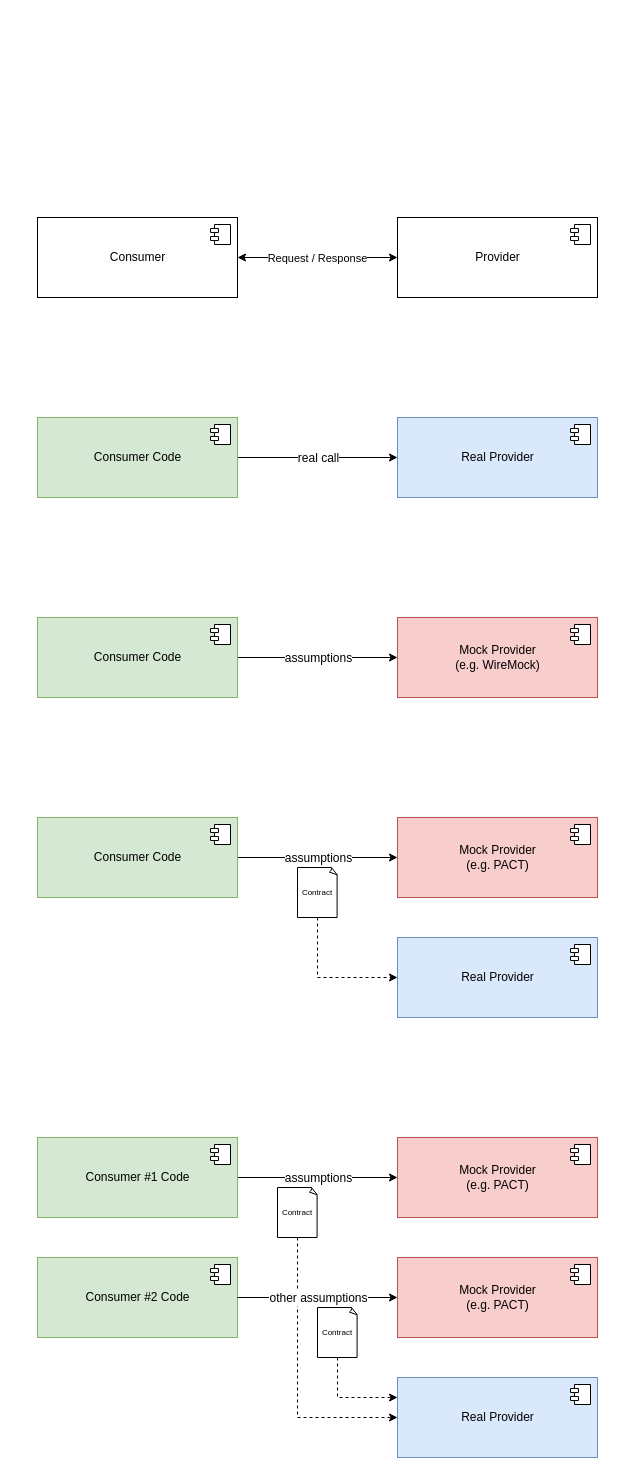
The draw.io diagram assets/contract-testing.drawio in test-automation-in-practice/cnt-spring-boot, before the edit. Source tidied: cells renumbered, new cells numbered last; positions are measured from the earlier drawing's top-left corner, leaving out a move shared by most shapes. Both pictures are drawn from the tidied source at 100%, with x=0, y=0 at pixel (37, 217).
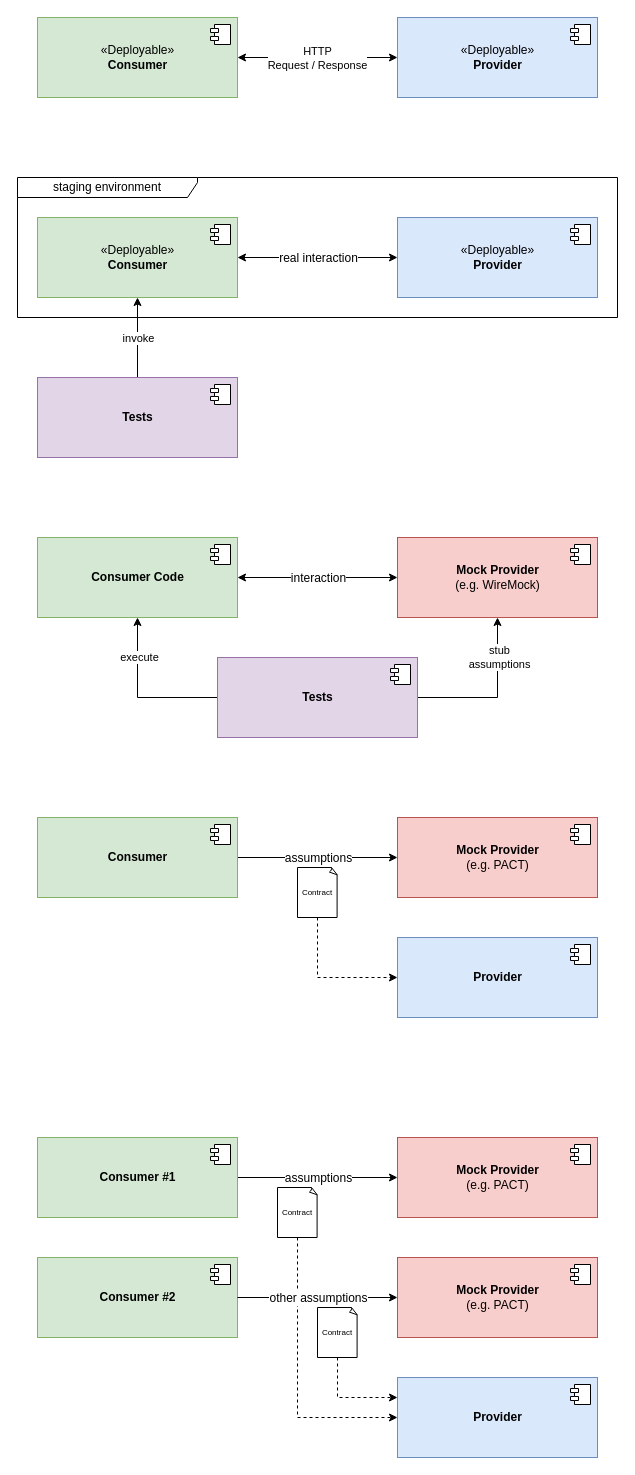
Above is the later version.

Commit message (it also covers changes not shown here):
updated images for contract testing

The change refers to these unchanged cells:
```xml
<mxCell id="4" style="edgeStyle=orthogonalEdgeStyle;rounded=0;jettySize=auto;html=1;entryX=0;entryY=0.5;entryDx=0;entryDy=0;startArrow=classic;startFill=1;" parent="1" edge="1" source="6" target="8">
  <mxGeometry relative="1" as="geometry" />
</mxCell>
```

Change to the diagram source:
```diff
@@
+    <mxCell id="48" value="staging environment" style="shape=umlFrame;whiteSpace=wrap;html=1;width=180;height=20;" parent="1" vertex="1">
+      <mxGeometry x="-20" y="-40" width="600" height="140" as="geometry" />
+    </mxCell>
@@
-    <mxCell id="5" value="Request / Response" style="edgeLabel;html=1;align=center;verticalAlign=middle;" parent="4" vertex="1">
+    <mxCell id="5" value="HTTP&lt;br&gt;Request / Response" style="edgeLabel;html=1;align=center;verticalAlign=middle;" parent="4" vertex="1">
       <mxGeometry x="-0.01" y="-1" relative="1" as="geometry">
         <mxPoint y="-1" as="offset" />
       </mxGeometry>
     </mxCell>
-    <mxCell id="6" value="Consumer" style="html=1;" parent="1" vertex="1">
-      <mxGeometry width="200" height="80" as="geometry" />
+    <mxCell id="6" value="«Deployable»&lt;br&gt;&lt;b&gt;Consumer&lt;/b&gt;" style="html=1;fillColor=#d5e8d4;strokeColor=#82b366;" parent="1" vertex="1">
+      <mxGeometry y="-200" width="200" height="80" as="geometry" />
     </mxCell>
@@
-    <mxCell id="8" value="Provider" style="html=1;" parent="1" vertex="1">
-      <mxGeometry x="360" width="200" height="80" as="geometry" />
+    <mxCell id="8" value="«Deployable»&lt;br&gt;&lt;b&gt;Provider&lt;/b&gt;" style="html=1;fillColor=#dae8fc;strokeColor=#6c8ebf;" parent="1" vertex="1">
+      <mxGeometry x="360" y="-200" width="200" height="80" as="geometry" />
     </mxCell>
@@
-    <mxCell id="10" style="edgeStyle=orthogonalEdgeStyle;rounded=0;jettySize=auto;html=1;entryX=0;entryY=0.5;entryDx=0;entryDy=0;startArrow=none;startFill=0;" parent="1" edge="1" source="12" target="14">
+    <mxCell id="10" style="edgeStyle=orthogonalEdgeStyle;rounded=0;jettySize=auto;html=1;entryX=0;entryY=0.5;entryDx=0;entryDy=0;startArrow=classic;startFill=1;" parent="1" edge="1" source="12" target="14">
       <mxGeometry relative="1" as="geometry" />
     </mxCell>
-    <mxCell id="11" value="&lt;span style=&quot;font-size: 12px&quot;&gt;real call&lt;/span&gt;" style="edgeLabel;html=1;align=center;verticalAlign=middle;fontSize=8;" parent="10" vertex="1">
+    <mxCell id="11" value="&lt;span style=&quot;font-size: 12px&quot;&gt;real interaction&lt;br&gt;&lt;/span&gt;" style="edgeLabel;html=1;align=center;verticalAlign=middle;fontSize=8;" parent="10" vertex="1">
       <mxGeometry relative="1" as="geometry" />
     </mxCell>
-    <mxCell id="12" value="Consumer Code" style="html=1;fillColor=#d5e8d4;strokeColor=#82b366;" parent="1" vertex="1">
-      <mxGeometry y="200" width="200" height="80" as="geometry" />
+    <mxCell id="12" value="«Deployable»&lt;br&gt;&lt;b&gt;Consumer&lt;/b&gt;" style="html=1;fillColor=#d5e8d4;strokeColor=#82b366;" parent="1" vertex="1">
+      <mxGeometry width="200" height="80" as="geometry" />
     </mxCell>
@@
-    <mxCell id="14" value="Real Provider" style="html=1;fillColor=#dae8fc;strokeColor=#6c8ebf;" parent="1" vertex="1">
-      <mxGeometry x="360" y="200" width="200" height="80" as="geometry" />
+    <mxCell id="14" value="«Deployable»&lt;br&gt;&lt;b&gt;Provider&lt;/b&gt;" style="html=1;fillColor=#dae8fc;strokeColor=#6c8ebf;" parent="1" vertex="1">
+      <mxGeometry x="360" width="200" height="80" as="geometry" />
     </mxCell>
@@
-    <mxCell id="16" style="edgeStyle=orthogonalEdgeStyle;rounded=0;jettySize=auto;html=1;entryX=0;entryY=0.5;entryDx=0;entryDy=0;startArrow=none;startFill=0;" parent="1" edge="1" source="18" target="20">
+    <mxCell id="16" style="edgeStyle=orthogonalEdgeStyle;rounded=0;jettySize=auto;html=1;entryX=0;entryY=0.5;entryDx=0;entryDy=0;startArrow=classic;startFill=1;" parent="1" edge="1" source="18" target="20">
       <mxGeometry relative="1" as="geometry" />
     </mxCell>
-    <mxCell id="17" value="assumptions" style="edgeLabel;html=1;align=center;verticalAlign=middle;fontSize=12;" parent="16" vertex="1">
+    <mxCell id="17" value="interaction" style="edgeLabel;html=1;align=center;verticalAlign=middle;fontSize=12;" parent="16" vertex="1">
       <mxGeometry relative="1" as="geometry" />
     </mxCell>
-    <mxCell id="18" value="Consumer Code" style="html=1;fillColor=#d5e8d4;strokeColor=#82b366;" parent="1" vertex="1">
-      <mxGeometry y="400" width="200" height="80" as="geometry" />
+    <mxCell id="18" value="&lt;b&gt;Consumer Code&lt;/b&gt;" style="html=1;fillColor=#d5e8d4;strokeColor=#82b366;" parent="1" vertex="1">
+      <mxGeometry y="320" width="200" height="80" as="geometry" />
     </mxCell>
@@
-    <mxCell id="20" value="Mock Provider&lt;br&gt;(e.g. WireMock)" style="html=1;fillColor=#f8cecc;strokeColor=#b85450;" parent="1" vertex="1">
-      <mxGeometry x="360" y="400" width="200" height="80" as="geometry" />
+    <mxCell id="20" value="&lt;b&gt;Mock Provider&lt;/b&gt;&lt;br&gt;(e.g. WireMock)" style="html=1;fillColor=#f8cecc;strokeColor=#b85450;" parent="1" vertex="1">
+      <mxGeometry x="360" y="320" width="200" height="80" as="geometry" />
     </mxCell>
@@
-    <mxCell id="24" value="Consumer Code" style="html=1;fillColor=#d5e8d4;strokeColor=#82b366;" parent="1" vertex="1">
+    <mxCell id="24" value="&lt;b&gt;Consumer&lt;/b&gt;" style="html=1;fillColor=#d5e8d4;strokeColor=#82b366;" parent="1" vertex="1">
       <mxGeometry y="600" width="200" height="80" as="geometry" />
     </mxCell>
@@
-    <mxCell id="26" value="Mock Provider&lt;br&gt;(e.g. PACT)" style="html=1;fillColor=#f8cecc;strokeColor=#b85450;" parent="1" vertex="1">
+    <mxCell id="26" value="&lt;b&gt;Mock Provider&lt;/b&gt;&lt;br&gt;(e.g. PACT)" style="html=1;fillColor=#f8cecc;strokeColor=#b85450;" parent="1" vertex="1">
       <mxGeometry x="360" y="600" width="200" height="80" as="geometry" />
     </mxCell>
@@
-    <mxCell id="28" value="Real Provider" style="html=1;fillColor=#dae8fc;strokeColor=#6c8ebf;" parent="1" vertex="1">
+    <mxCell id="28" value="&lt;b&gt;Provider&lt;/b&gt;" style="html=1;fillColor=#dae8fc;strokeColor=#6c8ebf;" parent="1" vertex="1">
       <mxGeometry x="360" y="720" width="200" height="80" as="geometry" />
     </mxCell>
@@
-    <mxCell id="34" value="Consumer #1 Code" style="html=1;fillColor=#d5e8d4;strokeColor=#82b366;" parent="1" vertex="1">
+    <mxCell id="34" value="&lt;b&gt;Consumer #1&lt;/b&gt;" style="html=1;fillColor=#d5e8d4;strokeColor=#82b366;" parent="1" vertex="1">
       <mxGeometry y="920" width="200" height="80" as="geometry" />
     </mxCell>
@@
-    <mxCell id="36" value="Mock Provider&lt;br&gt;(e.g. PACT)" style="html=1;fillColor=#f8cecc;strokeColor=#b85450;" parent="1" vertex="1">
+    <mxCell id="36" value="&lt;b&gt;Mock Provider&lt;/b&gt;&lt;br&gt;(e.g. PACT)" style="html=1;fillColor=#f8cecc;strokeColor=#b85450;" parent="1" vertex="1">
       <mxGeometry x="360" y="920" width="200" height="80" as="geometry" />
     </mxCell>
@@
-    <mxCell id="38" value="Real Provider" style="html=1;fillColor=#dae8fc;strokeColor=#6c8ebf;" parent="1" vertex="1">
+    <mxCell id="38" value="&lt;b&gt;Provider&lt;/b&gt;" style="html=1;fillColor=#dae8fc;strokeColor=#6c8ebf;" parent="1" vertex="1">
       <mxGeometry x="360" y="1160" width="200" height="80" as="geometry" />
     </mxCell>
@@
-    <mxCell id="40" value="Consumer #2 Code" style="html=1;fillColor=#d5e8d4;strokeColor=#82b366;" parent="1" vertex="1">
+    <mxCell id="40" value="&lt;b&gt;Consumer #2&lt;/b&gt;" style="html=1;fillColor=#d5e8d4;strokeColor=#82b366;" parent="1" vertex="1">
       <mxGeometry y="1040" width="200" height="80" as="geometry" />
     </mxCell>
@@
-    <mxCell id="42" value="Mock Provider&lt;br&gt;(e.g. PACT)" style="html=1;fillColor=#f8cecc;strokeColor=#b85450;" parent="1" vertex="1">
+    <mxCell id="42" value="&lt;b&gt;Mock Provider&lt;/b&gt;&lt;br&gt;(e.g. PACT)" style="html=1;fillColor=#f8cecc;strokeColor=#b85450;" parent="1" vertex="1">
       <mxGeometry x="360" y="1040" width="200" height="80" as="geometry" />
     </mxCell>
@@
+    <mxCell id="49" style="edgeStyle=orthogonalEdgeStyle;rounded=0;jettySize=auto;html=1;entryX=0.5;entryY=1;entryDx=0;entryDy=0;exitX=1;exitY=0.5;exitDx=0;exitDy=0;" parent="1" edge="1" source="53" target="20">
+      <mxGeometry relative="1" as="geometry" />
+    </mxCell>
+    <mxCell id="50" value="stub&lt;br&gt;assumptions" style="edgeLabel;html=1;align=center;verticalAlign=middle;" parent="49" vertex="1">
+      <mxGeometry x="0.51" y="-1" relative="1" as="geometry" />
+    </mxCell>
+    <mxCell id="51" style="edgeStyle=orthogonalEdgeStyle;rounded=0;jettySize=auto;html=1;entryX=0.5;entryY=1;entryDx=0;entryDy=0;exitX=0;exitY=0.5;exitDx=0;exitDy=0;" parent="1" edge="1" source="53" target="18">
+      <mxGeometry relative="1" as="geometry" />
+    </mxCell>
+    <mxCell id="52" value="execute" style="edgeLabel;html=1;align=center;verticalAlign=middle;" parent="51" vertex="1">
+      <mxGeometry x="0.51" y="-1" relative="1" as="geometry" />
+    </mxCell>
+    <mxCell id="53" value="&lt;b&gt;Tests&lt;/b&gt;" style="html=1;fillColor=#e1d5e7;strokeColor=#9673a6;" parent="1" vertex="1">
+      <mxGeometry x="180" y="440" width="200" height="80" as="geometry" />
+    </mxCell>
+    <mxCell id="54" style="shape=module;jettyWidth=8;jettyHeight=4;" parent="53" vertex="1">
+      <mxGeometry x="1" width="20" height="20" relative="1" as="geometry">
+        <mxPoint x="-27" y="7" as="offset" />
+      </mxGeometry>
+    </mxCell>
+    <mxCell id="55" style="edgeStyle=orthogonalEdgeStyle;rounded=0;jettySize=auto;html=1;entryX=0.5;entryY=1;entryDx=0;entryDy=0;startArrow=none;startFill=0;" parent="1" edge="1" source="57" target="12">
+      <mxGeometry relative="1" as="geometry" />
+    </mxCell>
+    <mxCell id="56" value="invoke" style="edgeLabel;html=1;align=center;verticalAlign=middle;" parent="55" vertex="1">
+      <mxGeometry relative="1" as="geometry" />
+    </mxCell>
+    <mxCell id="57" value="&lt;b&gt;Tests&lt;/b&gt;" style="html=1;fillColor=#e1d5e7;strokeColor=#9673a6;" parent="1" vertex="1">
+      <mxGeometry y="160" width="200" height="80" as="geometry" />
+    </mxCell>
+    <mxCell id="58" style="shape=module;jettyWidth=8;jettyHeight=4;" parent="57" vertex="1">
+      <mxGeometry x="1" width="20" height="20" relative="1" as="geometry">
+        <mxPoint x="-27" y="7" as="offset" />
+      </mxGeometry>
+    </mxCell>
```
